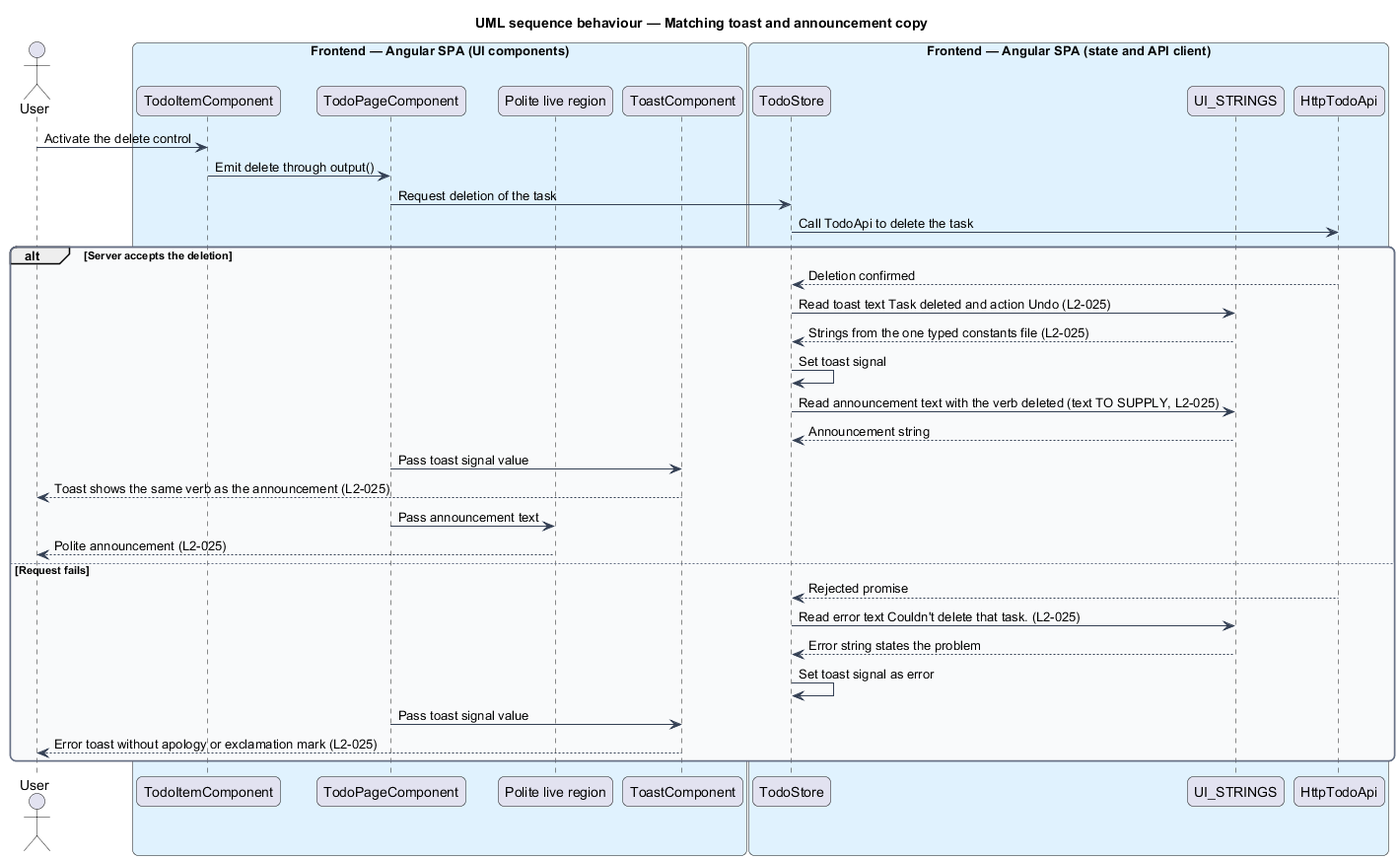
QuinntyneBrown/php-todo-lab keeps this PlantUML diagram as docs/detailed-designs/interface/single-screen-shell/diagrams/sequence-matching-copy.png. Above is the earlier version.
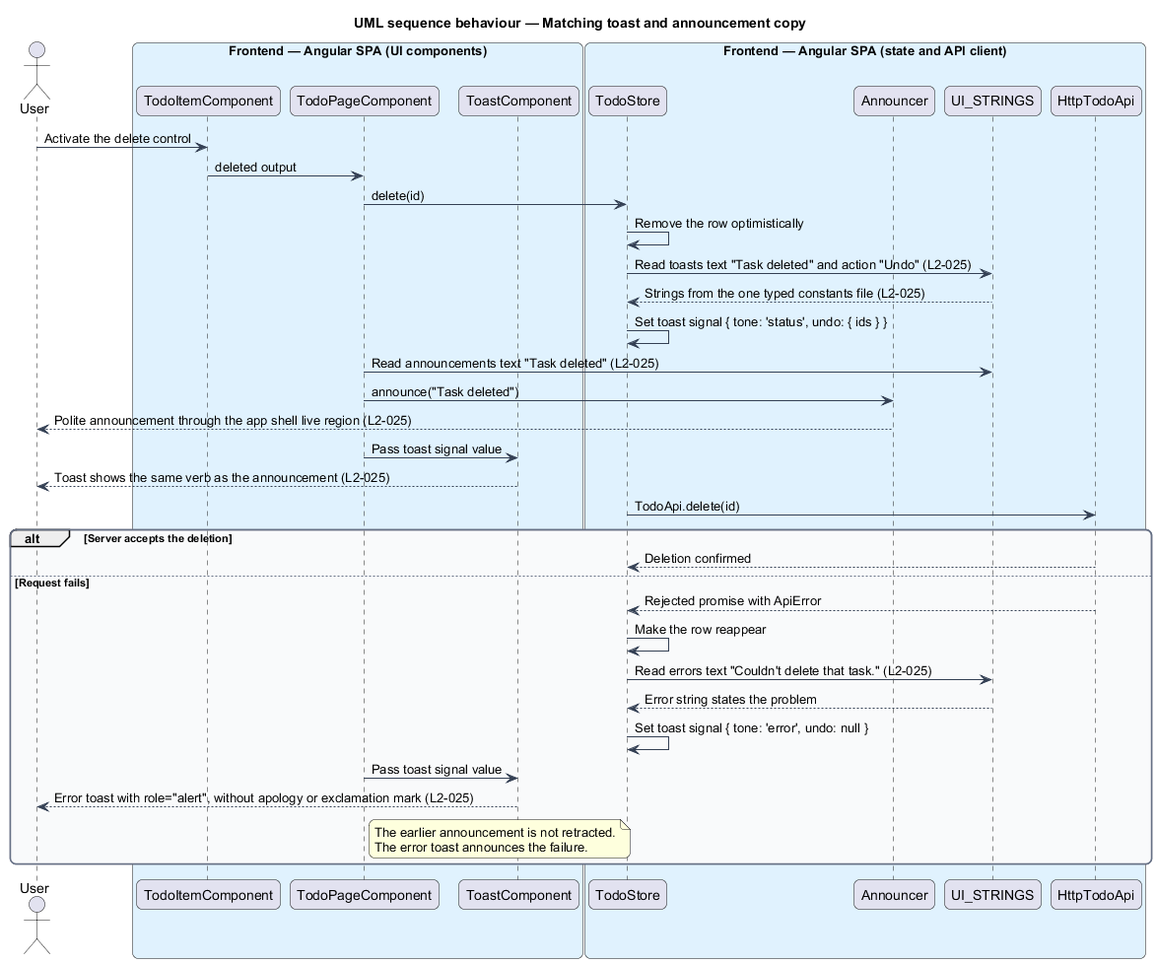
Above is the later version.

Change to the diagram source:
```diff
@@ -18,35 +18,40 @@
 box "Frontend — Angular SPA (UI components)" #E0F2FE
   participant "TodoItemComponent" as item
   participant "TodoPageComponent" as page
-  participant "Polite live region" as live
   participant "ToastComponent" as toast
 end box
 box "Frontend — Angular SPA (state and API client)" #E0F2FE
   participant "TodoStore" as store
+  participant "Announcer" as ann
   participant "UI_STRINGS" as strings
   participant "HttpTodoApi" as http
 end box
 user -> item : Activate the delete control
-item -> page : Emit delete through output()
-page -> store : Request deletion of the task
-store -> http : Call TodoApi to delete the task
+item -> page : deleted output
+page -> store : delete(id)
+store -> store : Remove the row optimistically
+store -> strings : Read toasts text "Task deleted" and action "Undo" (L2-025)
+strings --> store : Strings from the one typed constants file (L2-025)
+store -> store : Set toast signal { tone: 'status', undo: { ids } }
+page -> strings : Read announcements text "Task deleted" (L2-025)
+page -> ann : announce("Task deleted")
+ann --> user : Polite announcement through the app shell live region (L2-025)
+page -> toast : Pass toast signal value
+toast --> user : Toast shows the same verb as the announcement (L2-025)
+store -> http : TodoApi.delete(id)
 alt Server accepts the deletion
   http --> store : Deletion confirmed
-  store -> strings : Read toast text Task deleted and action Undo (L2-025)
-  strings --> store : Strings from the one typed constants file (L2-025)
-  store -> store : Set toast signal
-  store -> strings : Read announcement text with the verb deleted (text TO SUPPLY, L2-025)
-  strings --> store : Announcement string
+else Request fails
+  http --> store : Rejected promise with ApiError
+  store -> store : Make the row reappear
+  store -> strings : Read errors text "Couldn't delete that task." (L2-025)
+  strings --> store : Error string states the problem
+  store -> store : Set toast signal { tone: 'error', undo: null }
   page -> toast : Pass toast signal value
-  toast --> user : Toast shows the same verb as the announcement (L2-025)
-  page -> live : Pass announcement text
-  live --> user : Polite announcement (L2-025)
-else Request fails
-  http --> store : Rejected promise
-  store -> strings : Read error text Couldn't delete that task. (L2-025)
-  strings --> store : Error string states the problem
-  store -> store : Set toast signal as error
-  page -> toast : Pass toast signal value
-  toast --> user : Error toast without apology or exclamation mark (L2-025)
+  toast --> user : Error toast with role="alert", without apology or exclamation mark (L2-025)
+  note right of page
+    The earlier announcement is not retracted.
+    The error toast announces the failure.
+  end note
 end
 @enduml
```
